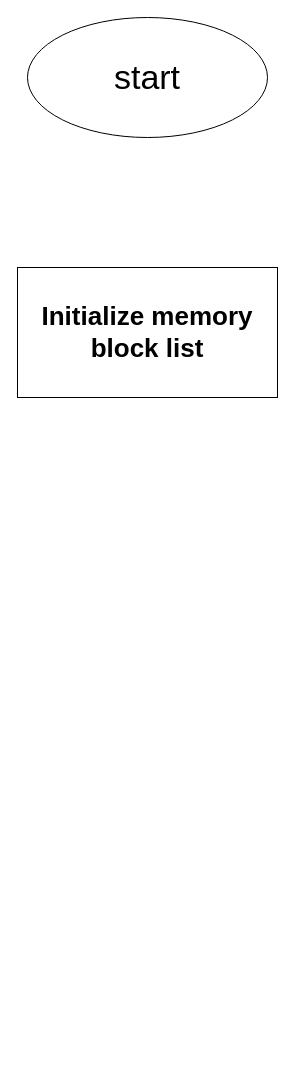
Earlier version of the draw.io diagram Untitled Diagram.drawio (Vimukthi-Randunu/EEX5563Mini-project-RegNo-721429544). Source tidied: cells renumbered, new cells numbered last; positions are measured from the earlier drawing's top-left corner, leaving out a move shared by most shapes. Both pictures are drawn from the tidied source at 100%, with x=0, y=0 at pixel (17, 17).
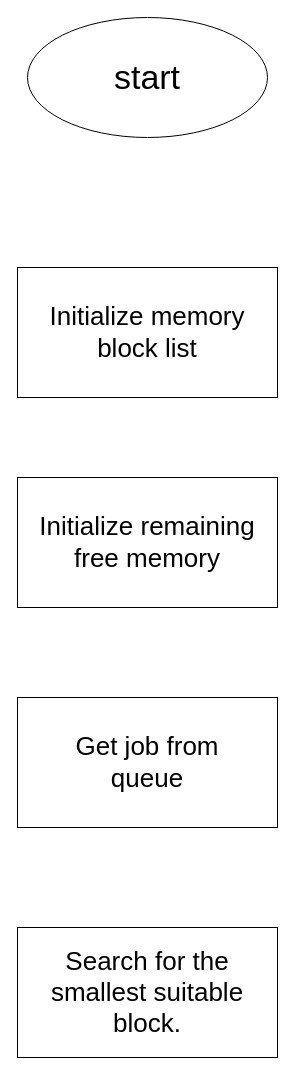
After the change.

What changed in the source:
```diff
@@
 <mxGraphModel>
   <root>
     <mxCell id="0" />
     <mxCell id="1" parent="0" />
     <mxCell id="2" value="&lt;font style=&quot;font-size: 34px;&quot;&gt;start&lt;/font&gt;" style="ellipse;whiteSpace=wrap;html=1;" parent="1" vertex="1">
       <mxGeometry x="10" width="240" height="120" as="geometry" />
     </mxCell>
-    <mxCell id="3" value="&lt;strong&gt;&lt;font style=&quot;font-size: 26px;&quot;&gt;Initialize memory block list&lt;/font&gt;&lt;/strong&gt;" style="rounded=0;whiteSpace=wrap;html=1;" parent="1" vertex="1">
+    <mxCell id="3" value="&lt;font style=&quot;font-size: 26px;&quot;&gt;Initialize memory block list&lt;/font&gt;" style="rounded=0;whiteSpace=wrap;html=1;" parent="1" vertex="1">
       <mxGeometry y="250" width="260" height="130" as="geometry" />
     </mxCell>
+    <mxCell id="4" value="&lt;font style=&quot;font-size: 26px;&quot;&gt;Initialize remaining&lt;/font&gt;&lt;div&gt;&lt;font style=&quot;font-size: 26px;&quot;&gt;free memory&lt;/font&gt;&lt;/div&gt;" style="rounded=0;whiteSpace=wrap;html=1;" parent="1" vertex="1">
+      <mxGeometry y="460" width="260" height="130" as="geometry" />
+    </mxCell>
+    <mxCell id="5" value="&lt;span style=&quot;font-size: 26px;&quot;&gt;Get job from&lt;/span&gt;&lt;div&gt;&lt;span style=&quot;font-size: 26px;&quot;&gt;queue&lt;/span&gt;&lt;/div&gt;" style="rounded=0;whiteSpace=wrap;html=1;" parent="1" vertex="1">
+      <mxGeometry y="680" width="260" height="130" as="geometry" />
+    </mxCell>
+    <mxCell id="6" value="&lt;div&gt;&lt;font style=&quot;font-size: 26px;&quot;&gt;Search for the smallest suitable block.&lt;/font&gt;&lt;br&gt;&lt;/div&gt;" style="rounded=0;whiteSpace=wrap;html=1;" parent="1" vertex="1">
+      <mxGeometry y="910" width="260" height="130" as="geometry" />
+    </mxCell>
   </root>
 </mxGraphModel>
```
